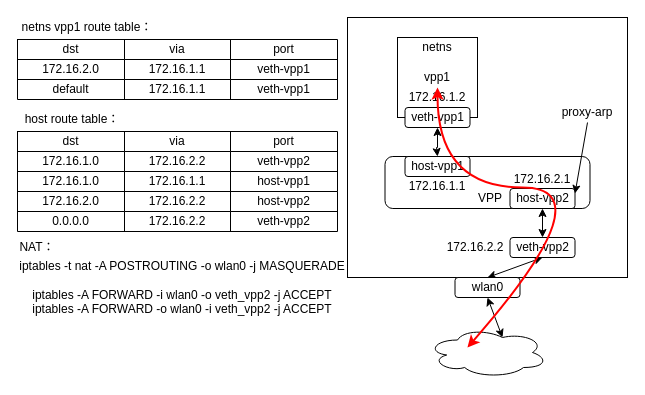
The draw.io diagram vpptointernet.drawio in ctimbai/draw.io, before the edit. Source tidied: cells renumbered, new cells numbered last; positions are measured from the earlier drawing's top-left corner, leaving out a move shared by most shapes. Both pictures are drawn from the tidied source at 100%, with x=0, y=0 at pixel (17, 17).
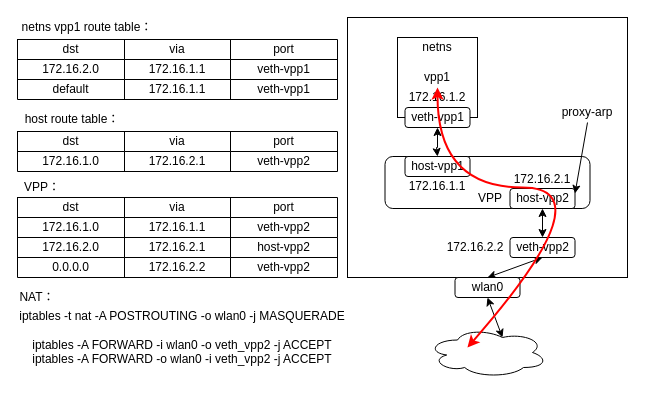
After the change.

The change refers to these unchanged cells:
```xml
<mxCell id="37" style="shape=partialRectangle;html=1;whiteSpace=wrap;fillColor=none;top=0;left=0;bottom=0;right=0;" parent="32" vertex="1">
  <mxGeometry y="20" width="320" height="20" as="geometry" />
</mxCell>
<mxCell id="47" style="shape=partialRectangle;html=1;whiteSpace=wrap;fillColor=none;top=0;left=0;bottom=0;right=0;" parent="46" vertex="1">
  <mxGeometry width="320" height="20" as="geometry" />
</mxCell>
<mxCell id="51" style="shape=partialRectangle;html=1;whiteSpace=wrap;fillColor=none;top=0;left=0;bottom=0;right=0;" parent="46" vertex="1">
  <mxGeometry y="20" width="320" height="20" as="geometry" />
</mxCell>
```

What changed in the source:
```diff
@@
     <mxCell id="32" style="shape=table;html=1;whiteSpace=wrap;startSize=0;childLayout=tableLayout;" parent="1" vertex="1">
-      <mxGeometry y="114" width="320" height="60" as="geometry" />
+      <mxGeometry y="114" width="320" height="40" as="geometry" />
     </mxCell>
@@
-    <mxCell id="39" value="172.16.2.2" style="shape=partialRectangle;html=1;whiteSpace=wrap;fillColor=none;top=0;left=0;bottom=0;right=0;overflow=hidden;" parent="37" vertex="1">
+    <mxCell id="39" value="172.16.2.1" style="shape=partialRectangle;html=1;whiteSpace=wrap;fillColor=none;top=0;left=0;bottom=0;right=0;overflow=hidden;" parent="37" vertex="1">
       <mxGeometry x="107" width="106" height="20" as="geometry" />
     </mxCell>
@@
-    <mxCell id="41" style="shape=partialRectangle;html=1;whiteSpace=wrap;fillColor=none;top=0;left=0;bottom=0;right=0;" parent="32" vertex="1">
-      <mxGeometry y="40" width="320" height="20" as="geometry" />
-    </mxCell>
-    <mxCell id="42" value="172.16.1.0" style="shape=partialRectangle;html=1;whiteSpace=wrap;fillColor=none;top=0;left=0;bottom=0;right=0;overflow=hidden;" parent="41" vertex="1">
-      <mxGeometry width="107" height="20" as="geometry" />
-    </mxCell>
-    <mxCell id="43" value="172.16.1.1" style="shape=partialRectangle;html=1;whiteSpace=wrap;fillColor=none;top=0;left=0;bottom=0;right=0;overflow=hidden;" parent="41" vertex="1">
-      <mxGeometry x="107" width="106" height="20" as="geometry" />
-    </mxCell>
-    <mxCell id="44" value="host-vpp1" style="shape=partialRectangle;html=1;whiteSpace=wrap;fillColor=none;top=0;left=0;bottom=0;right=0;overflow=hidden;" parent="41" vertex="1">
-      <mxGeometry x="213" width="107" height="20" as="geometry" />
-    </mxCell>
@@
     <mxCell id="46" style="shape=table;html=1;whiteSpace=wrap;startSize=0;childLayout=tableLayout;" parent="1" vertex="1">
-      <mxGeometry y="174" width="320" height="40" as="geometry" />
+      <mxGeometry y="180" width="320" height="40" as="geometry" />
     </mxCell>
@@
-    <mxCell id="48" value="172.16.2.0" style="shape=partialRectangle;html=1;whiteSpace=wrap;fillColor=none;top=0;left=0;bottom=0;right=0;overflow=hidden;" parent="47" vertex="1">
+    <mxCell id="48" value="dst" style="shape=partialRectangle;html=1;whiteSpace=wrap;fillColor=none;top=0;left=0;bottom=0;right=0;overflow=hidden;" parent="47" vertex="1">
       <mxGeometry width="107" height="20" as="geometry" />
     </mxCell>
-    <mxCell id="49" value="172.16.2.2" style="shape=partialRectangle;html=1;whiteSpace=wrap;fillColor=none;top=0;left=0;bottom=0;right=0;overflow=hidden;" parent="47" vertex="1">
+    <mxCell id="49" value="via" style="shape=partialRectangle;html=1;whiteSpace=wrap;fillColor=none;top=0;left=0;bottom=0;right=0;overflow=hidden;" parent="47" vertex="1">
       <mxGeometry x="107" width="106" height="20" as="geometry" />
     </mxCell>
-    <mxCell id="50" value="host-vpp2" style="shape=partialRectangle;html=1;whiteSpace=wrap;fillColor=none;top=0;left=0;bottom=0;right=0;overflow=hidden;" parent="47" vertex="1">
+    <mxCell id="50" value="port" style="shape=partialRectangle;html=1;whiteSpace=wrap;fillColor=none;top=0;left=0;bottom=0;right=0;overflow=hidden;" parent="47" vertex="1">
       <mxGeometry x="213" width="107" height="20" as="geometry" />
     </mxCell>
@@
-    <mxCell id="52" value="0.0.0.0" style="shape=partialRectangle;html=1;whiteSpace=wrap;fillColor=none;top=0;left=0;bottom=0;right=0;overflow=hidden;" parent="51" vertex="1">
+    <mxCell id="52" value="172.16.1.0" style="shape=partialRectangle;html=1;whiteSpace=wrap;fillColor=none;top=0;left=0;bottom=0;right=0;overflow=hidden;" parent="51" vertex="1">
       <mxGeometry width="107" height="20" as="geometry" />
     </mxCell>
-    <mxCell id="53" value="172.16.2.2" style="shape=partialRectangle;html=1;whiteSpace=wrap;fillColor=none;top=0;left=0;bottom=0;right=0;overflow=hidden;" parent="51" vertex="1">
+    <mxCell id="53" value="172.16.1.1" style="shape=partialRectangle;html=1;whiteSpace=wrap;fillColor=none;top=0;left=0;bottom=0;right=0;overflow=hidden;" parent="51" vertex="1">
       <mxGeometry x="107" width="106" height="20" as="geometry" />
     </mxCell>
@@
     <mxCell id="61" value="NAT：" style="text;html=1;strokeColor=none;fillColor=none;align=center;verticalAlign=middle;whiteSpace=wrap;rounded=0;" parent="1" vertex="1">
-      <mxGeometry y="220" width="40" height="20" as="geometry" />
+      <mxGeometry y="270" width="40" height="20" as="geometry" />
     </mxCell>
     <mxCell id="62" value="&lt;div&gt;iptables -t nat -A POSTROUTING -o wlan0 -j MASQUERADE&lt;/div&gt;&lt;div&gt;&amp;nbsp;&lt;/div&gt;&lt;div&gt;iptables -A FORWARD -i wlan0 -o veth_vpp2 -j ACCEPT&lt;/div&gt;&lt;div&gt;iptables -A FORWARD -o wlan0 -i veth_vpp2 -j ACCEPT&lt;/div&gt;" style="text;html=1;strokeColor=none;fillColor=none;align=center;verticalAlign=middle;whiteSpace=wrap;rounded=0;" parent="1" vertex="1">
-      <mxGeometry y="260" width="330" height="20" as="geometry" />
+      <mxGeometry y="310" width="330" height="20" as="geometry" />
     </mxCell>
+    <mxCell id="63" style="shape=table;html=1;whiteSpace=wrap;startSize=0;childLayout=tableLayout;" parent="1" vertex="1">
+      <mxGeometry y="220" width="320" height="40" as="geometry" />
+    </mxCell>
+    <mxCell id="64" style="shape=partialRectangle;html=1;whiteSpace=wrap;fillColor=none;top=0;left=0;bottom=0;right=0;" parent="63" vertex="1">
+      <mxGeometry width="320" height="20" as="geometry" />
+    </mxCell>
+    <mxCell id="65" value="172.16.2.0" style="shape=partialRectangle;html=1;whiteSpace=wrap;fillColor=none;top=0;left=0;bottom=0;right=0;overflow=hidden;" parent="64" vertex="1">
+      <mxGeometry width="107" height="20" as="geometry" />
+    </mxCell>
+    <mxCell id="66" value="172.16.2.1" style="shape=partialRectangle;html=1;whiteSpace=wrap;fillColor=none;top=0;left=0;bottom=0;right=0;overflow=hidden;" parent="64" vertex="1">
+      <mxGeometry x="107" width="106" height="20" as="geometry" />
+    </mxCell>
+    <mxCell id="67" value="host-vpp2" style="shape=partialRectangle;html=1;whiteSpace=wrap;fillColor=none;top=0;left=0;bottom=0;right=0;overflow=hidden;" parent="64" vertex="1">
+      <mxGeometry x="213" width="107" height="20" as="geometry" />
+    </mxCell>
+    <mxCell id="68" style="shape=partialRectangle;html=1;whiteSpace=wrap;fillColor=none;top=0;left=0;bottom=0;right=0;" parent="63" vertex="1">
+      <mxGeometry y="20" width="320" height="20" as="geometry" />
+    </mxCell>
+    <mxCell id="69" value="0.0.0.0" style="shape=partialRectangle;html=1;whiteSpace=wrap;fillColor=none;top=0;left=0;bottom=0;right=0;overflow=hidden;" parent="68" vertex="1">
+      <mxGeometry width="107" height="20" as="geometry" />
+    </mxCell>
+    <mxCell id="70" value="172.16.2.2" style="shape=partialRectangle;html=1;whiteSpace=wrap;fillColor=none;top=0;left=0;bottom=0;right=0;overflow=hidden;" parent="68" vertex="1">
+      <mxGeometry x="107" width="106" height="20" as="geometry" />
+    </mxCell>
+    <mxCell id="71" value="veth-vpp2" style="shape=partialRectangle;html=1;whiteSpace=wrap;fillColor=none;top=0;left=0;bottom=0;right=0;overflow=hidden;" parent="68" vertex="1">
+      <mxGeometry x="213" width="107" height="20" as="geometry" />
+    </mxCell>
+    <mxCell id="72" value="VPP：" style="text;html=1;strokeColor=none;fillColor=none;align=center;verticalAlign=middle;whiteSpace=wrap;rounded=0;" parent="1" vertex="1">
+      <mxGeometry y="160" width="50" height="20" as="geometry" />
+    </mxCell>
```
